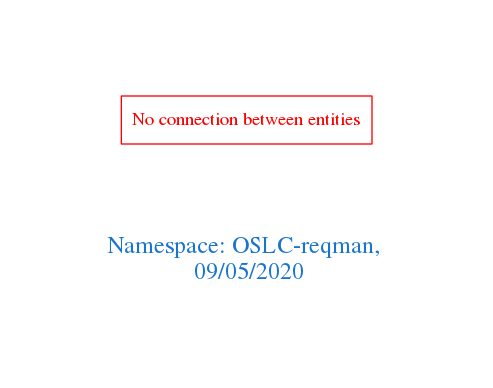
Earlier version of the Graphviz export downloads/OSLC-reqman.png (arago/OGIT). Its source is kept beside it as downloads/OSLC-reqman.dot. Source of this version:
```dot
digraph OGIT_ontology {
 graph [ rankdir= LR,pad=1
fontsize = 18,
fontcolor= dodgerblue3,label = "\n\n\nNamespace: OSLC-reqman, \n 09/05/2020"];
node[shape=polygon];
edge [  color="gray81"];

"No connection between entities" [fontcolor = "red",color="red", shape="polygon"]
}
```
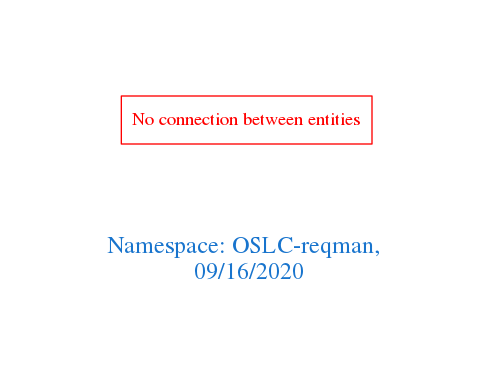
Above is the later version.

Diff of the diagram source:
```diff
@@ -1,7 +1,7 @@
 digraph OGIT_ontology {
  graph [ rankdir= LR,pad=1
 fontsize = 18,
-fontcolor= dodgerblue3,label = "\n\n\nNamespace: OSLC-reqman, \n 09/05/2020"];
+fontcolor= dodgerblue3,label = "\n\n\nNamespace: OSLC-reqman, \n 09/16/2020"];
 node[shape=polygon];
 edge [  color="gray81"];
 
```
